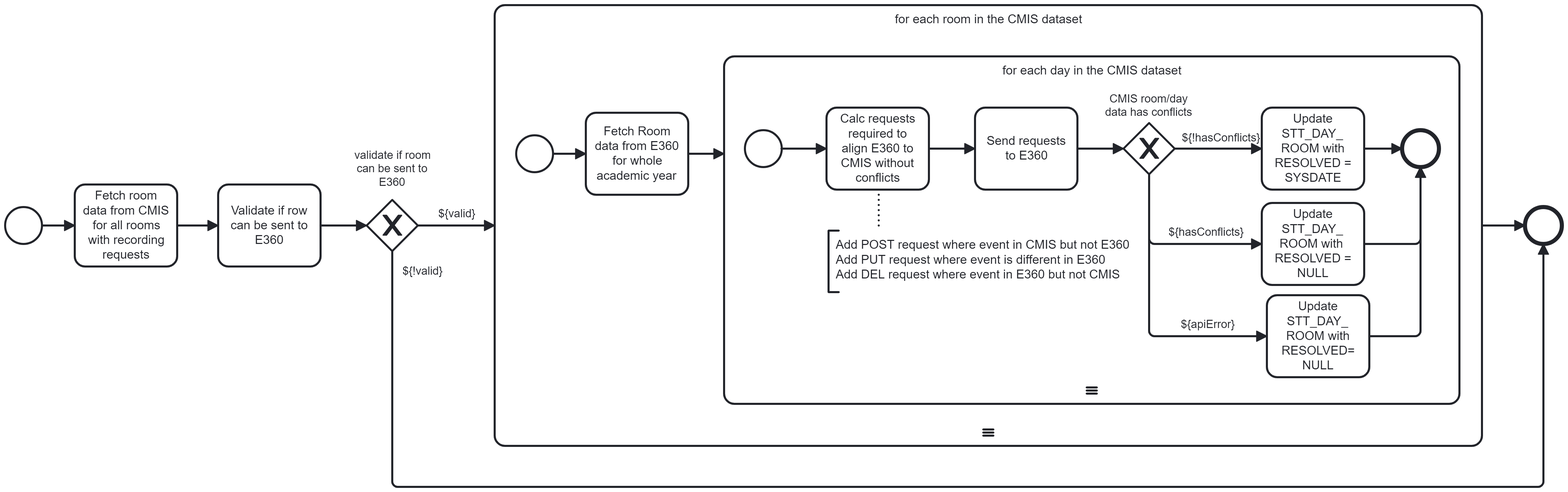
The BPMN diagram img/refresh-room-year.png in ororker/cmis-e360, before a commit. Its source is kept beside it as refresh-room-year.bpmn. Ids are renumbered.
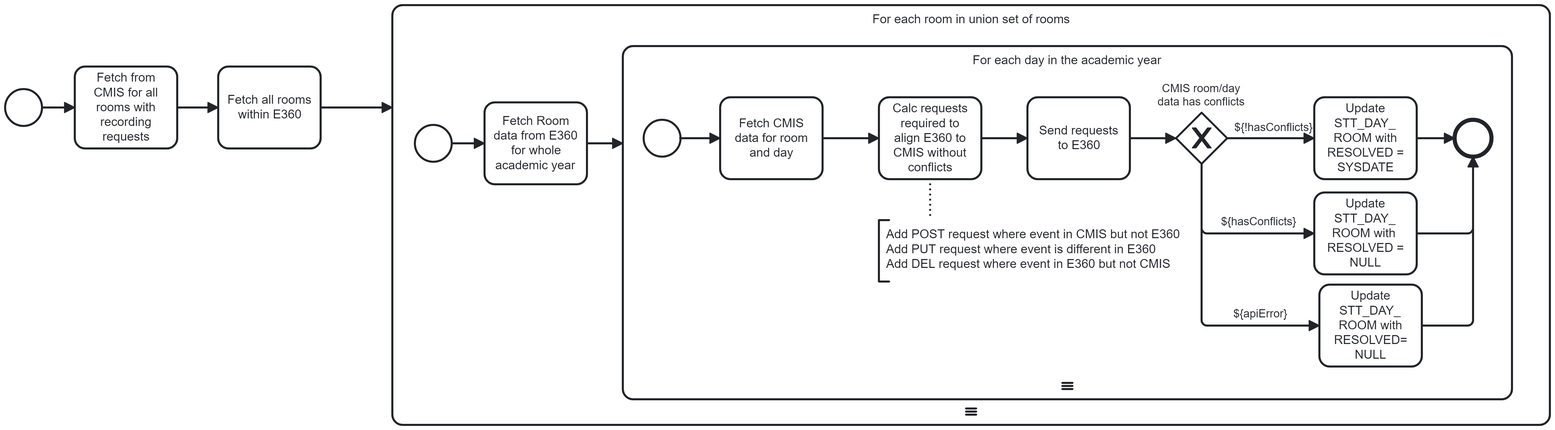
After the change.

Commit message:
refresh room and data for year

Change to the diagram source:
```diff
@@ -1,25 +1,21 @@
 <bpmn:definitions xmlns:bpmn="http://www.omg.org/spec/BPMN/20100524/MODEL" xmlns:bpmndi="http://www.omg.org/spec/BPMN/20100524/DI" xmlns:dc="http://www.omg.org/spec/DD/20100524/DC" xmlns:di="http://www.omg.org/spec/DD/20100524/DI" xmlns:xsi="http://www.w3.org/2001/XMLSchema-instance" xmlns:modeler="http://camunda.org/schema/modeler/1.0" id="Definitions_n1" targetNamespace="http://bpmn.io/schema/bpmn" exporter="Camunda Modeler" exporterVersion="5.29.0" modeler:executionPlatform="Camunda Cloud" modeler:executionPlatformVersion="8.6.0">
   <bpmn:process id="refresh-room-day" name="Refresh Room/Day" isExecutable="true">
-    <bpmn:sequenceFlow id="Flow_n2" name="${!valid}" sourceRef="Gateway_n3" targetRef="Event_n4" />
-    <bpmn:sequenceFlow id="Flow_n5" name="${valid}" sourceRef="Gateway_n3" targetRef="Activity_n6" />
-    <bpmn:endEvent id="Event_n4">
-      <bpmn:incoming>Flow_n7</bpmn:incoming>
-      <bpmn:incoming>Flow_n2</bpmn:incoming>
-    </bpmn:endEvent>
     <bpmn:startEvent id="Event_n8">
       <bpmn:outgoing>Flow_n9</bpmn:outgoing>
     </bpmn:startEvent>
-    <bpmn:task id="Activity_n10" name="Fetch room data from CMIS for all rooms with recording requests">
+    <bpmn:task id="Activity_n49" name="Fetch all rooms within E360">
+      <bpmn:incoming>Flow_n50</bpmn:incoming>
+      <bpmn:outgoing>Flow_n51</bpmn:outgoing>
+    </bpmn:task>
+    <bpmn:task id="Activity_n10" name="Fetch from CMIS for all rooms with recording requests">
       <bpmn:incoming>Flow_n9</bpmn:incoming>
-      <bpmn:outgoing>Flow_n11</bpmn:outgoing>
+      <bpmn:outgoing>Flow_n50</bpmn:outgoing>
     </bpmn:task>
-    <bpmn:sequenceFlow id="Flow_n7" sourceRef="Activity_n6" targetRef="Event_n4" />
-    <bpmn:sequenceFlow id="Flow_n11" sourceRef="Activity_n10" targetRef="Activity_n12" />
-    <bpmn:sequenceFlow id="Flow_n13" sourceRef="Activity_n12" targetRef="Gateway_n3" />
+    <bpmn:sequenceFlow id="Flow_n50" sourceRef="Activity_n10" targetRef="Activity_n49" />
+    <bpmn:sequenceFlow id="Flow_n51" sourceRef="Activity_n49" targetRef="Activity_n52" />
     <bpmn:sequenceFlow id="Flow_n9" sourceRef="Event_n8" targetRef="Activity_n10" />
-    <bpmn:subProcess id="Activity_n6" name="for each room in the CMIS dataset">
-      <bpmn:incoming>Flow_n5</bpmn:incoming>
-      <bpmn:outgoing>Flow_n7</bpmn:outgoing>
+    <bpmn:subProcess id="Activity_n52" name="For each room in union set of rooms">
+      <bpmn:incoming>Flow_n51</bpmn:incoming>
       <bpmn:multiInstanceLoopCharacteristics isSequential="true" />
       <bpmn:startEvent id="Event_n14">
         <bpmn:outgoing>Flow_n15</bpmn:outgoing>
@@ -30,14 +26,14 @@
       </bpmn:task>
       <bpmn:sequenceFlow id="Flow_n17" sourceRef="Activity_n16" targetRef="Activity_n18" />
       <bpmn:sequenceFlow id="Flow_n15" sourceRef="Event_n14" targetRef="Activity_n16" />
-      <bpmn:subProcess id="Activity_n18" name="for each day in the CMIS dataset">
+      <bpmn:subProcess id="Activity_n18" name="For each day in the academic year">
         <bpmn:incoming>Flow_n17</bpmn:incoming>
         <bpmn:multiInstanceLoopCharacteristics isSequential="true" />
         <bpmn:sequenceFlow id="Flow_n19" name="${!hasConflicts}" sourceRef="Gateway_n20" targetRef="Activity_n21" />
         <bpmn:sequenceFlow id="Flow_n22" name="${apiError}" sourceRef="Gateway_n20" targetRef="Activity_n23" />
         <bpmn:sequenceFlow id="Flow_n24" name="${hasConflicts}" sourceRef="Gateway_n20" targetRef="Activity_n25" />
         <bpmn:task id="Activity_n26" name="Calc requests required to align E360 to CMIS without conflicts">
-          <bpmn:incoming>Flow_n27</bpmn:incoming>
+          <bpmn:incoming>Flow_n53</bpmn:incoming>
           <bpmn:outgoing>Flow_n28</bpmn:outgoing>
         </bpmn:task>
         <bpmn:exclusiveGateway id="Gateway_n20" name="CMIS room/day data has conflicts">
@@ -54,10 +50,15 @@
           <bpmn:incoming>Flow_n33</bpmn:incoming>
           <bpmn:incoming>Flow_n34</bpmn:incoming>
         </bpmn:endEvent>
+        <bpmn:task id="Activity_n54" name="Fetch CMIS data for room and day">
+          <bpmn:incoming>Flow_n27</bpmn:incoming>
+          <bpmn:outgoing>Flow_n53</bpmn:outgoing>
+        </bpmn:task>
         <bpmn:sequenceFlow id="Flow_n29" sourceRef="Activity_n35" targetRef="Gateway_n20" />
-        <bpmn:sequenceFlow id="Flow_n27" sourceRef="Event_n30" targetRef="Activity_n26" />
+        <bpmn:sequenceFlow id="Flow_n27" sourceRef="Event_n30" targetRef="Activity_n54" />
         <bpmn:sequenceFlow id="Flow_n34" sourceRef="Activity_n23" targetRef="Event_n31" />
         <bpmn:sequenceFlow id="Flow_n33" sourceRef="Activity_n25" targetRef="Event_n31" />
+        <bpmn:sequenceFlow id="Flow_n53" sourceRef="Activity_n54" targetRef="Activity_n26" />
         <bpmn:sequenceFlow id="Flow_n28" sourceRef="Activity_n26" targetRef="Activity_n35" />
         <bpmn:sequenceFlow id="Flow_n32" sourceRef="Activity_n21" targetRef="Event_n31" />
         <bpmn:task id="Activity_n35" name="Send requests to E360">
@@ -78,15 +79,6 @@
         </bpmn:task>
       </bpmn:subProcess>
     </bpmn:subProcess>
-    <bpmn:exclusiveGateway id="Gateway_n3" name="validate if room can be sent to E360">
-      <bpmn:incoming>Flow_n13</bpmn:incoming>
-      <bpmn:outgoing>Flow_n5</bpmn:outgoing>
-      <bpmn:outgoing>Flow_n2</bpmn:outgoing>
-    </bpmn:exclusiveGateway>
-    <bpmn:task id="Activity_n12" name="Validate if row can be sent to E360">
-      <bpmn:incoming>Flow_n11</bpmn:incoming>
-      <bpmn:outgoing>Flow_n13</bpmn:outgoing>
-    </bpmn:task>
     <bpmn:textAnnotation id="TextAnnotation_n36">
       <bpmn:text>Add POST request where event in CMIS but not E360
 Add PUT request where event is different in E360
@@ -96,168 +88,147 @@
   </bpmn:process>
   <bpmndi:BPMNDiagram id="BPMNDiagram_1">
     <bpmndi:BPMNPlane id="BPMNPlane_1" bpmnElement="refresh-room-day">
-      <bpmndi:BPMNShape id="Event_n8_di" bpmnElement="Event_n8">
-        <dc:Bounds x="182" y="277" width="36" height="36" />
-      </bpmndi:BPMNShape>
       <bpmndi:BPMNShape id="BPMNShape_n38" bpmnElement="Activity_n10">
-        <dc:Bounds x="250" y="255" width="100" height="80" />
+        <dc:Bounds x="250" y="140" width="100" height="80" />
         <bpmndi:BPMNLabel />
       </bpmndi:BPMNShape>
-      <bpmndi:BPMNShape id="Gateway_n3_di" bpmnElement="Gateway_n3" isMarkerVisible="true">
-        <dc:Bounds x="535" y="270" width="50" height="50" />
-        <bpmndi:BPMNLabel>
-          <dc:Bounds x="523" y="220" width="74" height="40" />
-        </bpmndi:BPMNLabel>
+      <bpmndi:BPMNShape id="Event_n8_di" bpmnElement="Event_n8">
+        <dc:Bounds x="182" y="162" width="36" height="36" />
       </bpmndi:BPMNShape>
-      <bpmndi:BPMNShape id="Activity_n12_di" bpmnElement="Activity_n12">
-        <dc:Bounds x="390" y="255" width="100" height="80" />
+      <bpmndi:BPMNShape id="Activity_n49_di" bpmnElement="Activity_n49">
+        <dc:Bounds x="390" y="140" width="100" height="80" />
         <bpmndi:BPMNLabel />
       </bpmndi:BPMNShape>
-      <bpmndi:BPMNShape id="Event_n4_di" bpmnElement="Event_n4">
-        <dc:Bounds x="1666" y="277" width="36" height="36" />
-      </bpmndi:BPMNShape>
-      <bpmndi:BPMNShape id="Activity_n6_di" bpmnElement="Activity_n6" isExpanded="true">
-        <dc:Bounds x="660" y="80" width="964" height="430" />
+      <bpmndi:BPMNShape id="Activity_0vyapy7_di" bpmnElement="Activity_n52" isExpanded="true">
+        <dc:Bounds x="560" y="80" width="1130" height="410" />
         <bpmndi:BPMNLabel />
       </bpmndi:BPMNShape>
       <bpmndi:BPMNShape id="Event_n14_di" bpmnElement="Event_n14">
-        <dc:Bounds x="681" y="207" width="36" height="36" />
+        <dc:Bounds x="582" y="197" width="36" height="36" />
       </bpmndi:BPMNShape>
       <bpmndi:BPMNShape id="BPMNShape_n39" bpmnElement="Activity_n16">
-        <dc:Bounds x="749" y="185" width="100" height="80" />
+        <dc:Bounds x="650" y="175" width="100" height="80" />
         <bpmndi:BPMNLabel />
       </bpmndi:BPMNShape>
       <bpmndi:BPMNShape id="Activity_0hggtwp_di" bpmnElement="Activity_n18" isExpanded="true">
-        <dc:Bounds x="884" y="130" width="718" height="339" />
+        <dc:Bounds x="785" y="120" width="868" height="345" />
         <bpmndi:BPMNLabel />
       </bpmndi:BPMNShape>
       <bpmndi:BPMNShape id="Event_n30_di" bpmnElement="Event_n30">
-        <dc:Bounds x="904.3333333333334" y="202" width="36" height="36" />
+        <dc:Bounds x="805.3333333333335" y="192" width="36" height="36" />
       </bpmndi:BPMNShape>
       <bpmndi:BPMNShape id="BPMNShape_n40" bpmnElement="Activity_n26">
-        <dc:Bounds x="984" y="180" width="100" height="80" />
+        <dc:Bounds x="1035" y="170" width="100" height="80" />
         <bpmndi:BPMNLabel />
       </bpmndi:BPMNShape>
       <bpmndi:BPMNShape id="BPMNShape_n41" bpmnElement="Activity_n35">
-        <dc:Bounds x="1129" y="180" width="100" height="80" />
+        <dc:Bounds x="1180" y="170" width="100" height="80" />
         <bpmndi:BPMNLabel />
       </bpmndi:BPMNShape>
       <bpmndi:BPMNShape id="BPMNShape_n42" bpmnElement="Gateway_n20" isMarkerVisible="true">
-        <dc:Bounds x="1274" y="195" width="50" height="50" />
+        <dc:Bounds x="1325" y="185" width="50" height="50" />
         <bpmndi:BPMNLabel>
-          <dc:Bounds x="1256" y="165" width="86" height="27" />
+          <dc:Bounds x="1307" y="155" width="86" height="27" />
         </bpmndi:BPMNLabel>
       </bpmndi:BPMNShape>
       <bpmndi:BPMNShape id="BPMNShape_n43" bpmnElement="Activity_n25">
-        <dc:Bounds x="1409" y="273" width="100" height="80" />
+        <dc:Bounds x="1460" y="263" width="100" height="80" />
         <bpmndi:BPMNLabel />
       </bpmndi:BPMNShape>
       <bpmndi:BPMNShape id="BPMNShape_n44" bpmnElement="Activity_n21">
-        <dc:Bounds x="1409" y="180" width="100" height="80" />
+        <dc:Bounds x="1460" y="170" width="100" height="80" />
         <bpmndi:BPMNLabel />
       </bpmndi:BPMNShape>
       <bpmndi:BPMNShape id="Activity_n23_di" bpmnElement="Activity_n23">
-        <dc:Bounds x="1414" y="363" width="100" height="80" />
+        <dc:Bounds x="1465" y="353" width="100" height="80" />
         <bpmndi:BPMNLabel />
       </bpmndi:BPMNShape>
       <bpmndi:BPMNShape id="BPMNShape_n45" bpmnElement="Event_n31">
-        <dc:Bounds x="1546" y="202" width="36" height="36" />
+        <dc:Bounds x="1597" y="192" width="36" height="36" />
+      </bpmndi:BPMNShape>
+      <bpmndi:BPMNShape id="Activity_n54_di" bpmnElement="Activity_n54">
+        <dc:Bounds x="880" y="170" width="100" height="80" />
+        <bpmndi:BPMNLabel />
       </bpmndi:BPMNShape>
       <bpmndi:BPMNEdge id="Flow_n27_di" bpmnElement="Flow_n27">
-        <di:waypoint x="940" y="220" />
-        <di:waypoint x="984" y="220" />
+        <di:waypoint x="841" y="210" />
+        <di:waypoint x="880" y="210" />
       </bpmndi:BPMNEdge>
       <bpmndi:BPMNEdge id="Flow_n28_di" bpmnElement="Flow_n28">
-        <di:waypoint x="1084" y="220" />
-        <di:waypoint x="1129" y="220" />
+        <di:waypoint x="1135" y="210" />
+        <di:waypoint x="1180" y="210" />
       </bpmndi:BPMNEdge>
       <bpmndi:BPMNEdge id="BPMNEdge_n46" bpmnElement="Flow_n29">
-        <di:waypoint x="1229" y="220" />
-        <di:waypoint x="1274" y="220" />
+        <di:waypoint x="1280" y="210" />
+        <di:waypoint x="1325" y="210" />
       </bpmndi:BPMNEdge>
       <bpmndi:BPMNEdge id="BPMNEdge_n47" bpmnElement="Flow_n19">
-        <di:waypoint x="1324" y="220" />
-        <di:waypoint x="1409" y="220" />
+        <di:waypoint x="1375" y="210" />
+        <di:waypoint x="1460" y="210" />
         <bpmndi:BPMNLabel>
-          <dc:Bounds x="1331" y="203" width="77" height="14" />
+          <dc:Bounds x="1382" y="193" width="77" height="14" />
         </bpmndi:BPMNLabel>
       </bpmndi:BPMNEdge>
       <bpmndi:BPMNEdge id="BPMNEdge_n48" bpmnElement="Flow_n24">
-        <di:waypoint x="1299" y="245" />
-        <di:waypoint x="1299" y="313" />
-        <di:waypoint x="1409" y="313" />
+        <di:waypoint x="1350" y="235" />
+        <di:waypoint x="1350" y="303" />
+        <di:waypoint x="1460" y="303" />
         <bpmndi:BPMNLabel>
-          <dc:Bounds x="1318" y="295" width="74" height="14" />
+          <dc:Bounds x="1369" y="285" width="74" height="14" />
         </bpmndi:BPMNLabel>
       </bpmndi:BPMNEdge>
       <bpmndi:BPMNEdge id="Flow_n22_di" bpmnElement="Flow_n22">
-        <di:waypoint x="1299" y="245" />
-        <di:waypoint x="1299" y="403" />
-        <di:waypoint x="1414" y="403" />
+        <di:waypoint x="1350" y="235" />
+        <di:waypoint x="1350" y="393" />
+        <di:waypoint x="1465" y="393" />
         <bpmndi:BPMNLabel>
-          <dc:Bounds x="1330" y="385" width="53" height="14" />
+          <dc:Bounds x="1381" y="375" width="53" height="14" />
         </bpmndi:BPMNLabel>
       </bpmndi:BPMNEdge>
+      <bpmndi:BPMNEdge id="Flow_n33_di" bpmnElement="Flow_n33">
+        <di:waypoint x="1560" y="303" />
+        <di:waypoint x="1615" y="303" />
+        <di:waypoint x="1615" y="228" />
+      </bpmndi:BPMNEdge>
       <bpmndi:BPMNEdge id="Flow_n32_di" bpmnElement="Flow_n32">
-        <di:waypoint x="1509" y="220" />
-        <di:waypoint x="1546" y="220" />
-      </bpmndi:BPMNEdge>
-      <bpmndi:BPMNEdge id="Flow_n33_di" bpmnElement="Flow_n33">
-        <di:waypoint x="1509" y="313" />
-        <di:waypoint x="1564" y="313" />
-        <di:waypoint x="1564" y="238" />
+        <di:waypoint x="1560" y="210" />
+        <di:waypoint x="1597" y="210" />
       </bpmndi:BPMNEdge>
       <bpmndi:BPMNEdge id="Flow_n34_di" bpmnElement="Flow_n34">
-        <di:waypoint x="1514" y="403" />
-        <di:waypoint x="1564" y="403" />
-        <di:waypoint x="1564" y="238" />
+        <di:waypoint x="1565" y="393" />
+        <di:waypoint x="1615" y="393" />
+        <di:waypoint x="1615" y="228" />
+      </bpmndi:BPMNEdge>
+      <bpmndi:BPMNEdge id="Flow_n53_di" bpmnElement="Flow_n53">
+        <di:waypoint x="980" y="210" />
+        <di:waypoint x="1035" y="210" />
       </bpmndi:BPMNEdge>
       <bpmndi:BPMNEdge id="Flow_n15_di" bpmnElement="Flow_n15">
-        <di:waypoint x="717" y="225" />
-        <di:waypoint x="749" y="225" />
+        <di:waypoint x="618" y="215" />
+        <di:waypoint x="650" y="215" />
       </bpmndi:BPMNEdge>
       <bpmndi:BPMNEdge id="Flow_n17_di" bpmnElement="Flow_n17">
-        <di:waypoint x="849" y="225" />
-        <di:waypoint x="884" y="225" />
+        <di:waypoint x="750" y="215" />
+        <di:waypoint x="785" y="215" />
       </bpmndi:BPMNEdge>
       <bpmndi:BPMNEdge id="Association_n37_di" bpmnElement="Association_n37">
-        <di:waypoint x="1035" y="260" />
-        <di:waypoint x="1035" y="300" />
+        <di:waypoint x="1085" y="250" />
+        <di:waypoint x="1085" y="290" />
       </bpmndi:BPMNEdge>
       <bpmndi:BPMNEdge id="Flow_n9_di" bpmnElement="Flow_n9">
-        <di:waypoint x="218" y="295" />
-        <di:waypoint x="250" y="295" />
+        <di:waypoint x="218" y="180" />
+        <di:waypoint x="250" y="180" />
       </bpmndi:BPMNEdge>
-      <bpmndi:BPMNEdge id="Flow_n11_di" bpmnElement="Flow_n11">
-        <di:waypoint x="350" y="295" />
-        <di:waypoint x="390" y="295" />
+      <bpmndi:BPMNEdge id="Flow_n50_di" bpmnElement="Flow_n50">
+        <di:waypoint x="350" y="180" />
+        <di:waypoint x="390" y="180" />
       </bpmndi:BPMNEdge>
-      <bpmndi:BPMNEdge id="Flow_n7_di" bpmnElement="Flow_n7">
-        <di:waypoint x="1624" y="295" />
-        <di:waypoint x="1666" y="295" />
-      </bpmndi:BPMNEdge>
-      <bpmndi:BPMNEdge id="Flow_n2_di" bpmnElement="Flow_n2">
-        <di:waypoint x="560" y="320" />
-        <di:waypoint x="560" y="550" />
-        <di:waypoint x="1684" y="550" />
-        <di:waypoint x="1684" y="313" />
-        <bpmndi:BPMNLabel>
-          <dc:Bounds x="570" y="333" width="40" height="14" />
-        </bpmndi:BPMNLabel>
-      </bpmndi:BPMNEdge>
-      <bpmndi:BPMNEdge id="Flow_n13_di" bpmnElement="Flow_n13">
-        <di:waypoint x="490" y="295" />
-        <di:waypoint x="535" y="295" />
-      </bpmndi:BPMNEdge>
-      <bpmndi:BPMNEdge id="Flow_n5_di" bpmnElement="Flow_n5">
-        <di:waypoint x="585" y="295" />
-        <di:waypoint x="660" y="295" />
-        <bpmndi:BPMNLabel>
-          <dc:Bounds x="605" y="277" width="37" height="14" />
-        </bpmndi:BPMNLabel>
+      <bpmndi:BPMNEdge id="Flow_n51_di" bpmnElement="Flow_n51">
+        <di:waypoint x="490" y="180" />
+        <di:waypoint x="560" y="180" />
       </bpmndi:BPMNEdge>
       <bpmndi:BPMNShape id="TextAnnotation_n36_di" bpmnElement="TextAnnotation_n36">
-        <dc:Bounds x="986" y="300" width="310" height="60" />
+        <dc:Bounds x="1035" y="290" width="310" height="60" />
         <bpmndi:BPMNLabel />
       </bpmndi:BPMNShape>
     </bpmndi:BPMNPlane>
```
